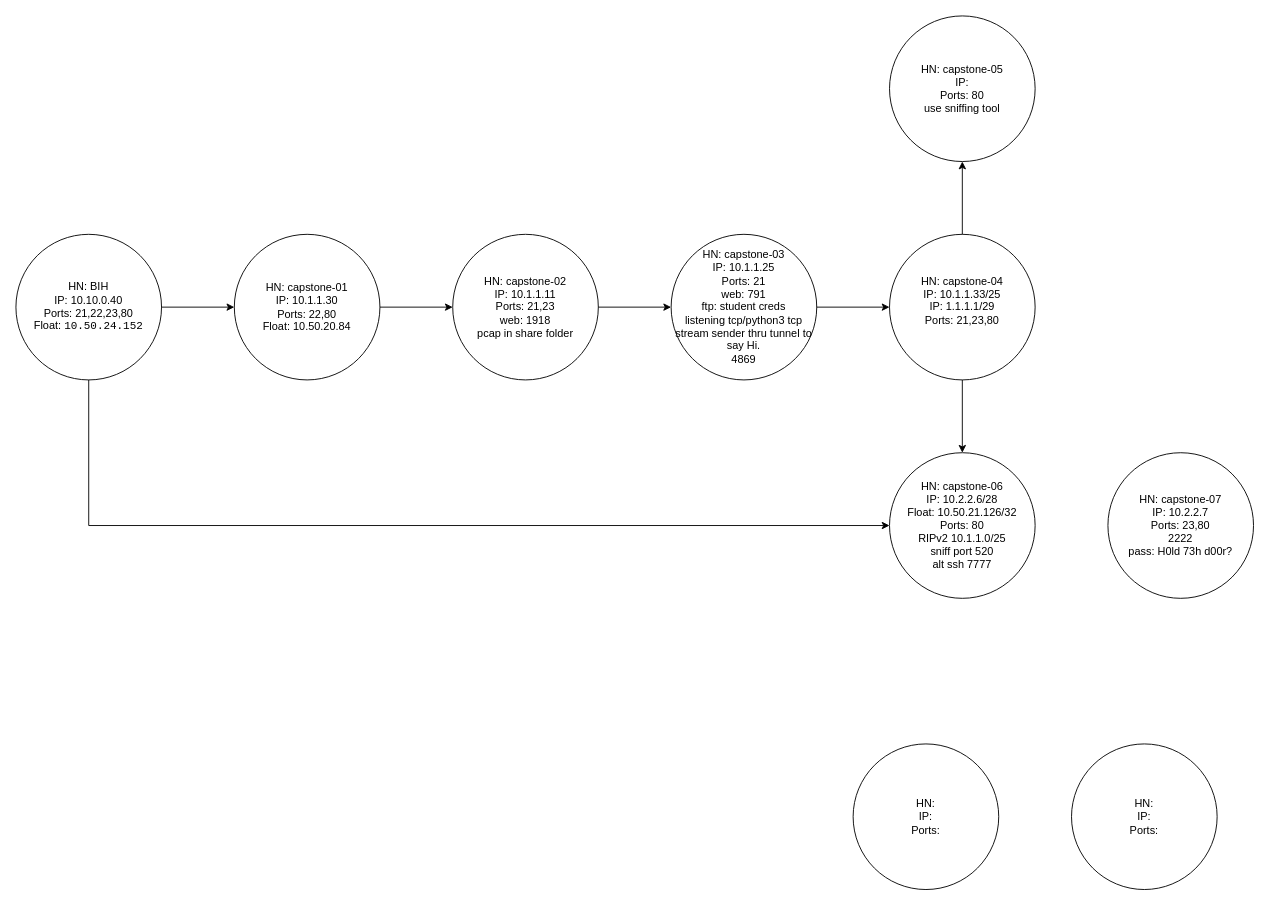
Before: capstonemap.drawio in matthewjrobinson24/networking, a draw.io diagram. Source tidied: cells renumbered, new cells numbered last; positions are measured from the earlier drawing's top-left corner, leaving out a move shared by most shapes. Both pictures are drawn from the tidied source at 91%, with x=0, y=0 at pixel (15, 15).
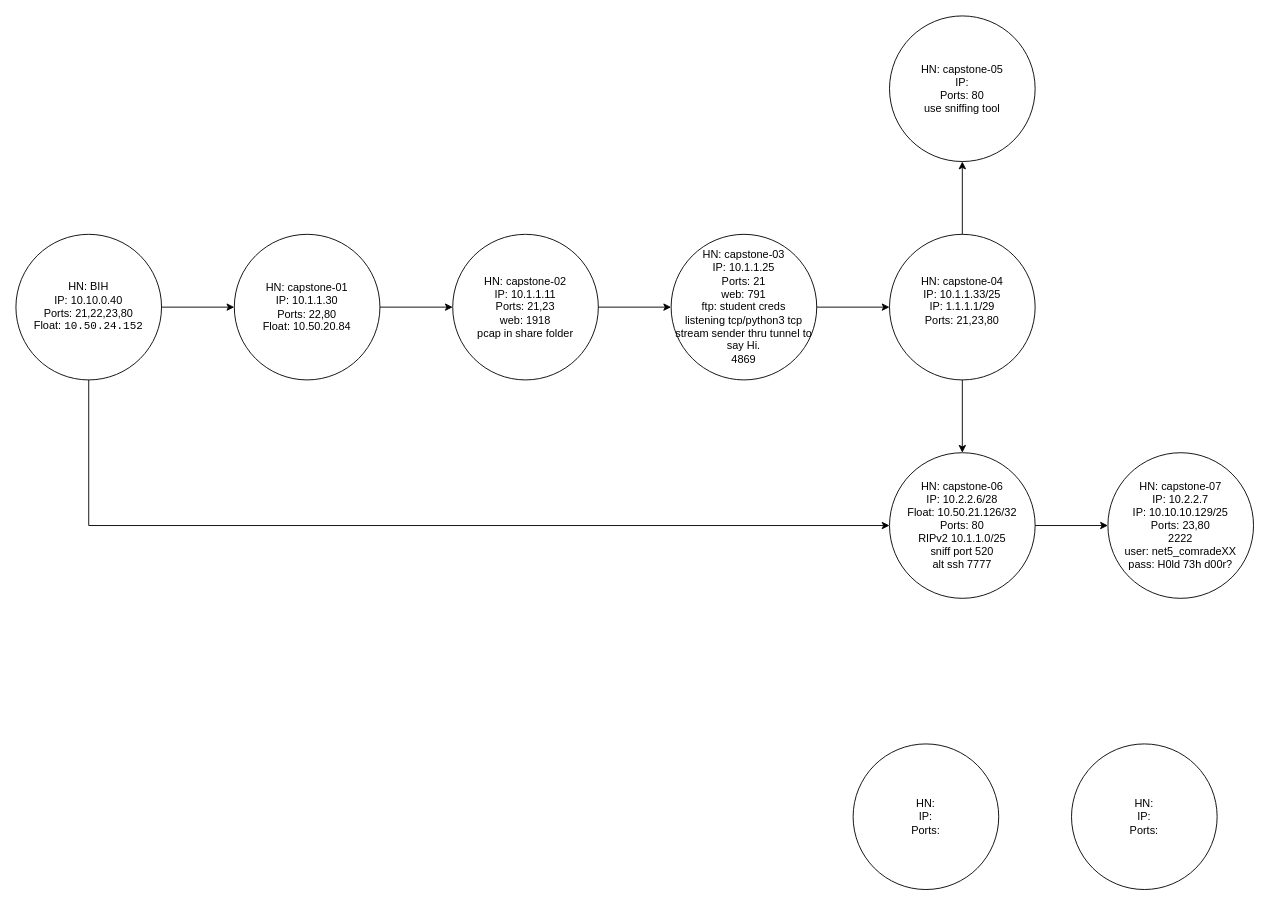
The same diagram, later.

The change refers to these unchanged cells:
```xml
<mxCell id="8" value="&lt;div&gt;HN: capstone-06&lt;br&gt;&lt;/div&gt;&lt;div&gt;IP: 10.2.2.6/28&lt;br&gt;&lt;/div&gt;&lt;div&gt;Float: 10.50.21.126/32&lt;br&gt;&lt;/div&gt;&lt;div&gt;Ports: 80&lt;/div&gt;&lt;div&gt;RIPv2 10.1.1.0/25&lt;/div&gt;&lt;div&gt;sniff port 520&lt;/div&gt;&lt;div&gt;alt ssh 7777&lt;br&gt;&lt;/div&gt;" style="ellipse;whiteSpace=wrap;html=1;" parent="1" vertex="1">
  <mxGeometry x="960" y="480" width="160" height="160" as="geometry" />
</mxCell>
```

What changed in the source:
```diff
@@
-    <mxCell id="17" value="&lt;div&gt;HN: capstone-07&lt;br&gt;&lt;/div&gt;&lt;div&gt;IP: 10.2.2.7&lt;br&gt;&lt;/div&gt;&lt;div&gt;Ports: 23,80&lt;/div&gt;&lt;div&gt;2222&lt;/div&gt;&lt;div&gt;pass: H0ld 73h d00r?&lt;br&gt;&lt;/div&gt;" style="ellipse;whiteSpace=wrap;html=1;" parent="1" vertex="1">
+    <mxCell id="17" value="&lt;div&gt;HN: capstone-07&lt;br&gt;&lt;/div&gt;&lt;div&gt;IP: 10.2.2.7&lt;/div&gt;&lt;div&gt;IP: 10.10.10.129/25&lt;br&gt;&lt;/div&gt;&lt;div&gt;Ports: 23,80&lt;/div&gt;&lt;div&gt;2222&lt;/div&gt;&lt;div&gt;user: net5_comradeXX&lt;br&gt;&lt;/div&gt;&lt;div&gt;pass: H0ld 73h d00r?&lt;br&gt;&lt;/div&gt;" style="ellipse;whiteSpace=wrap;html=1;" parent="1" vertex="1">
       <mxGeometry x="1200" y="480" width="160" height="160" as="geometry" />
     </mxCell>
@@
+    <mxCell id="20" style="endArrow=classic;html=1;rounded=0;exitX=1;exitY=0.5;exitDx=0;exitDy=0;entryX=0;entryY=0.5;entryDx=0;entryDy=0;" parent="1" edge="1" source="8" target="17">
+      <mxGeometry relative="1" as="geometry" />
+    </mxCell>
```
